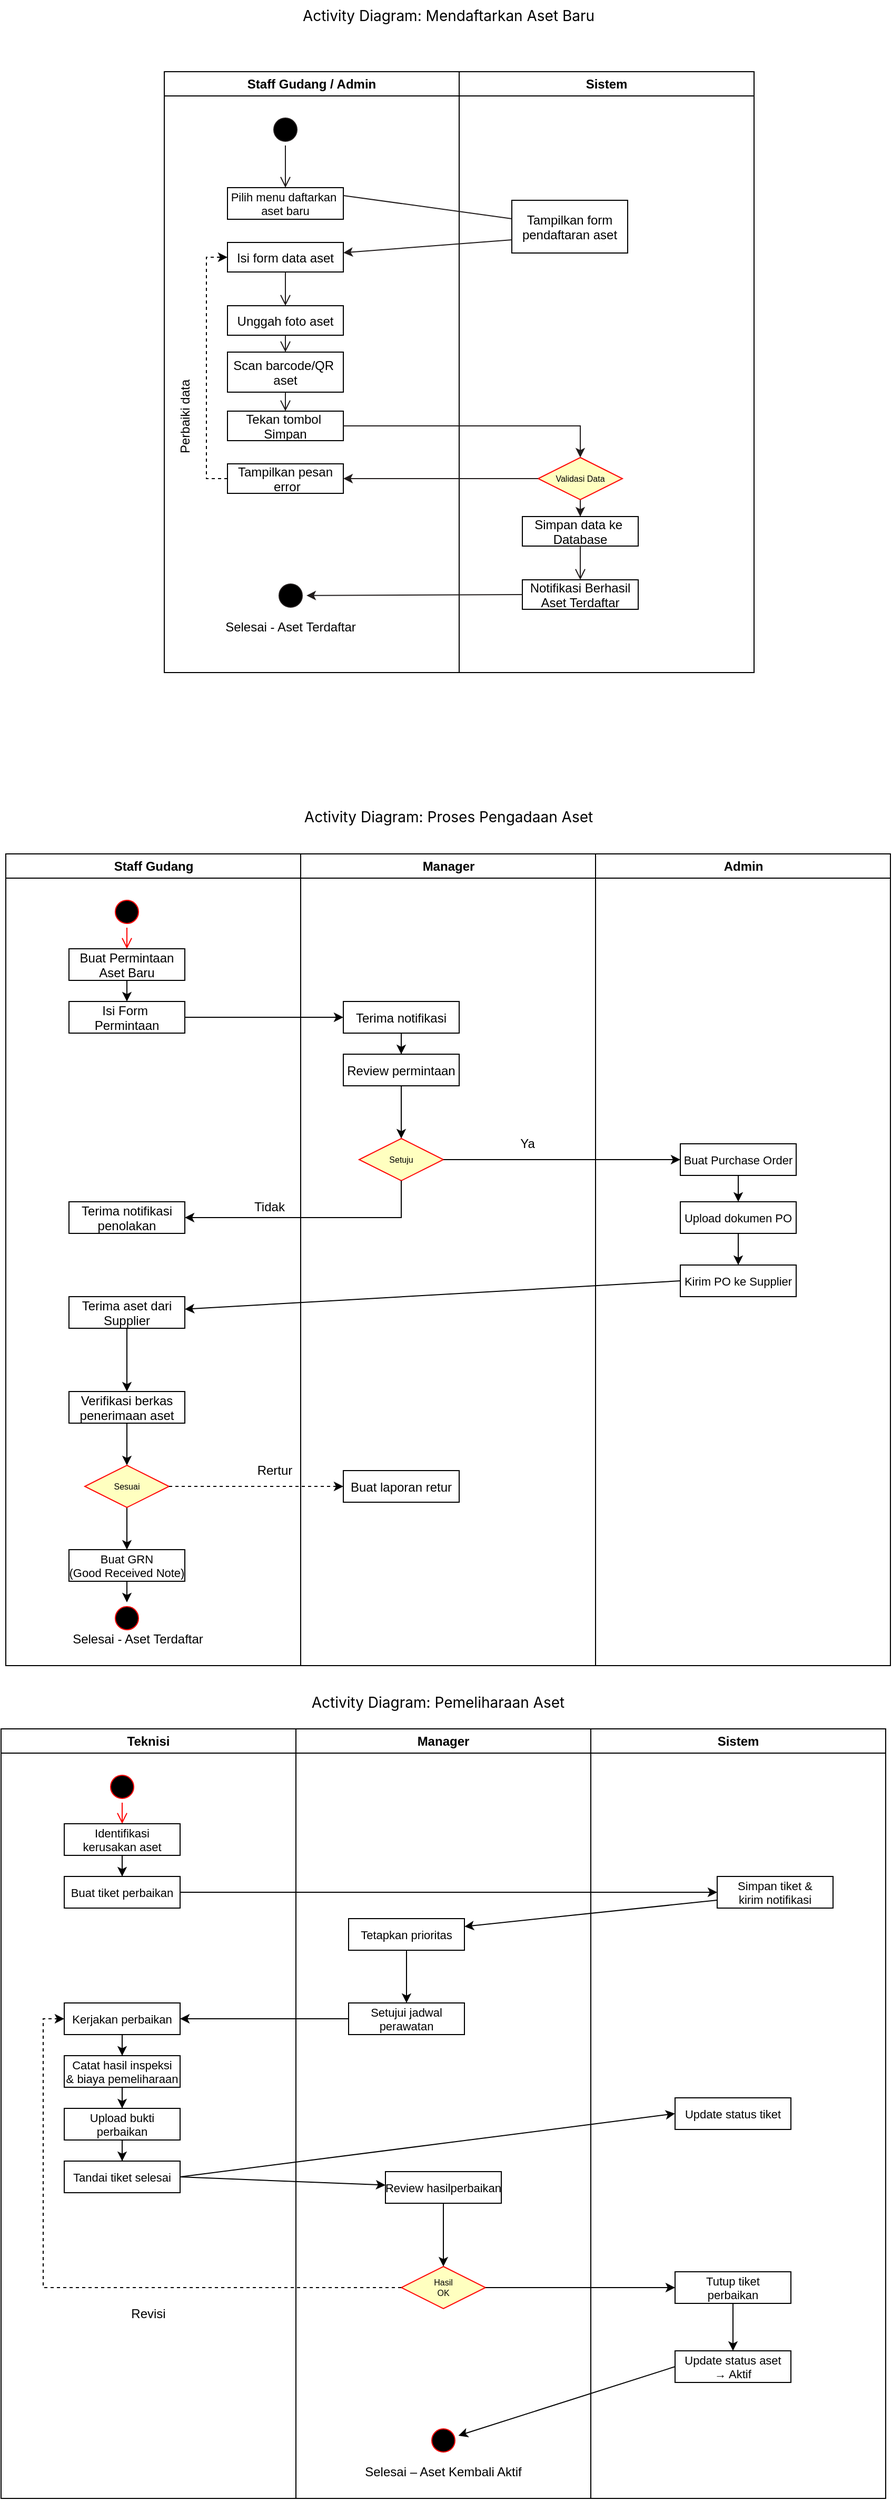
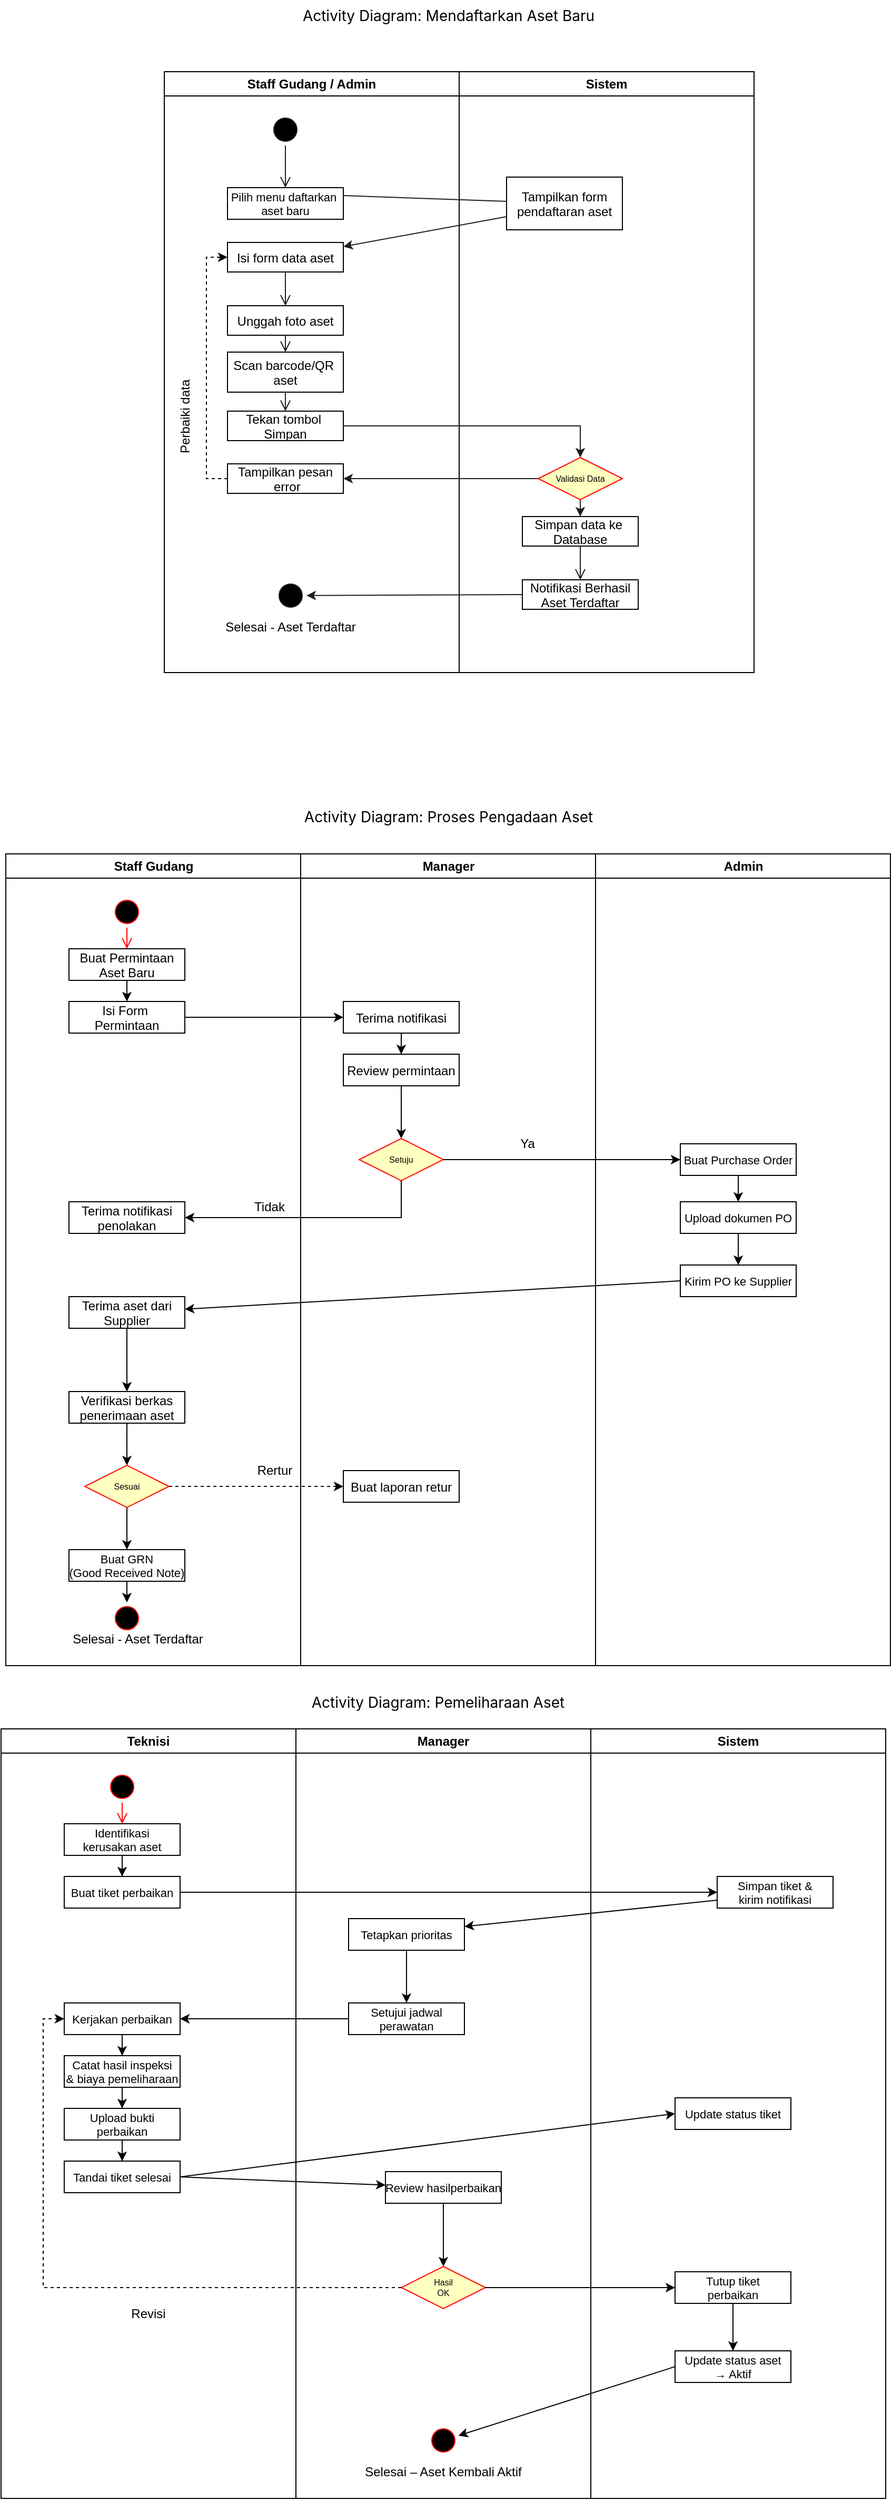
<mxfile host="app.diagrams.net" agent="5.0 (Windows NT 10.0; Win64; x64) AppleWebKit/537.36 (KHTML, like Gecko) Chrome/90.0.4430.212 Safari/537.36">
  <diagram name="Page-1" id="e7e014a7-5840-1c2e-5031-d8a46d1fe8dd">
-     <mxGraphModel dx="1717" dy="878" grid="1" gridSize="10" guides="1" tooltips="1" connect="1" arrows="1" fold="1" page="1" pageScale="1" pageWidth="1169" pageHeight="826" background="none" math="0" shadow="0">
+     <mxGraphModel dx="2060" dy="1158" grid="1" gridSize="10" guides="1" tooltips="1" connect="1" arrows="1" fold="1" page="1" pageScale="1" pageWidth="1169" pageHeight="826" background="none" math="0" shadow="0">
      <root>
        <mxCell id="0" />
        <mxCell id="1" parent="0" />
        <mxCell id="2" parent="1" style="swimlane;whiteSpace=wrap" value="Staff Gudang / Admin" vertex="1">
          <mxGeometry height="570" width="280" x="305" y="128" as="geometry" />
        </mxCell>
        <mxCell id="5" parent="2" style="ellipse;shape=startState;fillColor=#000000;strokeColor=light-dark(#211c1c, #ff9090);" value="" vertex="1">
          <mxGeometry height="30" width="30" x="100" y="40" as="geometry" />
        </mxCell>
        <mxCell id="6" edge="1" parent="2" source="5" style="edgeStyle=elbowEdgeStyle;elbow=horizontal;verticalAlign=bottom;endArrow=open;endSize=8;strokeColor=light-dark(#211c1c, #ff9090);endFill=1;rounded=0" target="7" value="">
          <mxGeometry x="100" y="40" as="geometry">
            <mxPoint x="115" y="110" as="targetPoint" />
          </mxGeometry>
        </mxCell>
        <mxCell id="7" parent="2" style="horizontal=1;verticalAlign=middle;align=center;fontSize=11;" value="Pilih menu daftarkan &#xa;aset baru" vertex="1">
          <mxGeometry height="30" width="110" x="60" y="110" as="geometry" />
        </mxCell>
        <mxCell id="8" parent="2" style="" value="Isi form data aset" vertex="1">
          <mxGeometry height="28" width="110" x="60" y="162" as="geometry" />
        </mxCell>
        <mxCell id="W9nTfnAygNMfpXnH6lNf-115" parent="2" style="" value="Unggah foto aset" vertex="1">
          <mxGeometry height="28" width="110" x="60" y="222" as="geometry" />
        </mxCell>
        <mxCell id="W9nTfnAygNMfpXnH6lNf-116" parent="2" style="" value="Scan barcode/QR &#xa;aset" vertex="1">
          <mxGeometry height="38" width="110" x="60" y="266" as="geometry" />
        </mxCell>
        <mxCell id="W9nTfnAygNMfpXnH6lNf-117" parent="2" style="" value="Tekan tombol &#xa;Simpan" vertex="1">
          <mxGeometry height="28" width="110" x="60" y="322" as="geometry" />
        </mxCell>
        <mxCell id="W9nTfnAygNMfpXnH6lNf-123" edge="1" parent="2" source="W9nTfnAygNMfpXnH6lNf-118" style="edgeStyle=orthogonalEdgeStyle;rounded=0;orthogonalLoop=1;jettySize=auto;html=1;exitX=0;exitY=0.5;exitDx=0;exitDy=0;entryX=0;entryY=0.5;entryDx=0;entryDy=0;dashed=1;" target="8">
          <mxGeometry relative="1" as="geometry" />
        </mxCell>
        <mxCell id="W9nTfnAygNMfpXnH6lNf-118" parent="2" style="" value="Tampilkan pesan&#xa; error" vertex="1">
          <mxGeometry height="28" width="110" x="60" y="372" as="geometry" />
        </mxCell>
        <mxCell id="W9nTfnAygNMfpXnH6lNf-120" edge="1" parent="2" source="8" style="edgeStyle=elbowEdgeStyle;elbow=horizontal;verticalAlign=bottom;endArrow=open;endSize=8;strokeColor=light-dark(#211c1c, #ff9090);endFill=1;rounded=0" target="W9nTfnAygNMfpXnH6lNf-115" value="">
          <mxGeometry x="-205" y="-88" as="geometry">
            <mxPoint x="105" y="202" as="sourcePoint" />
            <mxPoint x="105" y="242" as="targetPoint" />
          </mxGeometry>
        </mxCell>
        <mxCell id="W9nTfnAygNMfpXnH6lNf-121" edge="1" parent="2" source="W9nTfnAygNMfpXnH6lNf-115" style="edgeStyle=elbowEdgeStyle;elbow=horizontal;verticalAlign=bottom;endArrow=open;endSize=8;strokeColor=light-dark(#211c1c, #ff9090);endFill=1;rounded=0" target="W9nTfnAygNMfpXnH6lNf-116" value="">
          <mxGeometry x="-205" y="-88" as="geometry">
            <mxPoint x="105" y="282" as="sourcePoint" />
            <mxPoint x="105" y="322" as="targetPoint" />
          </mxGeometry>
        </mxCell>
        <mxCell id="W9nTfnAygNMfpXnH6lNf-122" edge="1" parent="2" source="W9nTfnAygNMfpXnH6lNf-116" style="edgeStyle=elbowEdgeStyle;elbow=horizontal;verticalAlign=bottom;endArrow=open;endSize=8;strokeColor=light-dark(#211c1c, #ff9090);endFill=1;rounded=0" target="W9nTfnAygNMfpXnH6lNf-117" value="">
          <mxGeometry x="-205" y="-88" as="geometry">
            <mxPoint x="115" y="362" as="sourcePoint" />
            <mxPoint x="115" y="402" as="targetPoint" />
          </mxGeometry>
        </mxCell>
        <mxCell id="W9nTfnAygNMfpXnH6lNf-124" parent="2" style="text;html=1;whiteSpace=wrap;strokeColor=none;fillColor=none;align=center;verticalAlign=middle;rounded=0;rotation=-90;" value="Perbaiki data" vertex="1">
          <mxGeometry height="30" width="80" x="-20" y="312" as="geometry" />
        </mxCell>
        <mxCell id="9Q5l5OGWiLyKz3t_2PM7-10" parent="2" style="ellipse;shape=startState;fillColor=#000000;strokeColor=light-dark(#211c1c, #ff9090);" value="" vertex="1">
          <mxGeometry height="30" width="30" x="105" y="482" as="geometry" />
        </mxCell>
        <mxCell id="9Q5l5OGWiLyKz3t_2PM7-11" parent="2" style="text;html=1;whiteSpace=wrap;strokeColor=none;fillColor=none;align=center;verticalAlign=middle;rounded=0;" value="Selesai - Aset Terdaftar" vertex="1">
          <mxGeometry height="30" width="140" x="50" y="512" as="geometry" />
        </mxCell>
        <mxCell id="3" parent="1" style="swimlane;whiteSpace=wrap" value="Sistem" vertex="1">
          <mxGeometry height="570" width="280" x="585" y="128" as="geometry" />
        </mxCell>
        <mxCell id="W9nTfnAygNMfpXnH6lNf-125" parent="3" style="" value="Tampilkan form&#xa;pendaftaran aset" vertex="1">
-           <mxGeometry height="50" width="110" x="50" y="122" as="geometry" />
+           <mxGeometry height="50" width="110" x="45" y="100" as="geometry" />
        </mxCell>
        <mxCell id="9Q5l5OGWiLyKz3t_2PM7-17" edge="1" parent="3" source="9Q5l5OGWiLyKz3t_2PM7-8" style="edgeStyle=orthogonalEdgeStyle;rounded=0;orthogonalLoop=1;jettySize=auto;html=1;exitX=0.5;exitY=1;exitDx=0;exitDy=0;fillColor=#ffe6cc;strokeColor=light-dark(#211c1c, #ff9090);" target="9Q5l5OGWiLyKz3t_2PM7-9">
          <mxGeometry relative="1" as="geometry" />
        </mxCell>
        <mxCell id="9Q5l5OGWiLyKz3t_2PM7-8" parent="3" style="rhombus;fillColor=#ffffc0;strokeColor=#ff0000;fontSize=8;" value="Validasi Data" vertex="1">
          <mxGeometry height="40" width="80" x="75" y="366" as="geometry" />
        </mxCell>
        <mxCell id="9Q5l5OGWiLyKz3t_2PM7-9" parent="3" style="" value="Simpan data ke &#xa;Database" vertex="1">
          <mxGeometry height="28" width="110" x="60" y="422" as="geometry" />
        </mxCell>
        <mxCell id="9Q5l5OGWiLyKz3t_2PM7-12" parent="3" style="" value="Notifikasi Berhasil&#xa;Aset Terdaftar" vertex="1">
          <mxGeometry height="28" width="110" x="60" y="482" as="geometry" />
        </mxCell>
        <mxCell id="9Q5l5OGWiLyKz3t_2PM7-14" edge="1" parent="3" source="9Q5l5OGWiLyKz3t_2PM7-9" style="edgeStyle=elbowEdgeStyle;elbow=horizontal;verticalAlign=bottom;endArrow=open;endSize=8;strokeColor=light-dark(#211c1c, #ff9090);endFill=1;rounded=0" target="9Q5l5OGWiLyKz3t_2PM7-12" value="">
          <mxGeometry x="-790" y="-216" as="geometry">
            <mxPoint x="115" y="442" as="sourcePoint" />
            <mxPoint x="115" y="460" as="targetPoint" />
          </mxGeometry>
        </mxCell>
        <mxCell id="W9nTfnAygNMfpXnH6lNf-41" parent="1" style="text;html=1;whiteSpace=wrap;strokeColor=none;fillColor=none;align=center;verticalAlign=middle;rounded=0;" value="&lt;span style=&quot;font-family: &amp;quot;Anthropic Sans&amp;quot;, -apple-system, BlinkMacSystemFont, &amp;quot;Segoe UI&amp;quot;, sans-serif; font-size: 14px; text-align: start; white-space: nowrap;&quot;&gt;Activity Diagram: Mendaftarkan Aset Baru&lt;/span&gt;" vertex="1">
          <mxGeometry height="30" width="300" x="424.5" y="60" as="geometry" />
        </mxCell>
        <mxCell id="W9nTfnAygNMfpXnH6lNf-42" parent="1" style="swimlane;whiteSpace=wrap" value="Staff Gudang" vertex="1">
          <mxGeometry height="770" width="280" x="154.5" y="870" as="geometry" />
        </mxCell>
        <mxCell id="W9nTfnAygNMfpXnH6lNf-43" parent="W9nTfnAygNMfpXnH6lNf-42" style="ellipse;shape=startState;fillColor=#000000;strokeColor=#ff0000;" value="" vertex="1">
          <mxGeometry height="30" width="30" x="100" y="40" as="geometry" />
        </mxCell>
        <mxCell id="W9nTfnAygNMfpXnH6lNf-44" edge="1" parent="W9nTfnAygNMfpXnH6lNf-42" source="W9nTfnAygNMfpXnH6lNf-43" style="edgeStyle=elbowEdgeStyle;elbow=horizontal;verticalAlign=bottom;endArrow=open;endSize=8;strokeColor=#FF0000;endFill=1;rounded=0" target="W9nTfnAygNMfpXnH6lNf-45" value="">
          <mxGeometry x="100" y="40" as="geometry">
            <mxPoint x="115" y="110" as="targetPoint" />
          </mxGeometry>
        </mxCell>
        <mxCell id="9Q5l5OGWiLyKz3t_2PM7-34" edge="1" parent="W9nTfnAygNMfpXnH6lNf-42" source="W9nTfnAygNMfpXnH6lNf-45" style="edgeStyle=orthogonalEdgeStyle;rounded=0;orthogonalLoop=1;jettySize=auto;html=1;exitX=0.5;exitY=1;exitDx=0;exitDy=0;entryX=0.5;entryY=0;entryDx=0;entryDy=0;" target="9Q5l5OGWiLyKz3t_2PM7-20">
          <mxGeometry relative="1" as="geometry" />
        </mxCell>
        <mxCell id="W9nTfnAygNMfpXnH6lNf-45" parent="W9nTfnAygNMfpXnH6lNf-42" style="" value="Buat Permintaan&#xa;Aset Baru" vertex="1">
          <mxGeometry height="30" width="110" x="60" y="90" as="geometry" />
        </mxCell>
        <mxCell id="9Q5l5OGWiLyKz3t_2PM7-20" parent="W9nTfnAygNMfpXnH6lNf-42" style="" value="Isi Form &#xa;Permintaan" vertex="1">
          <mxGeometry height="30" width="110" x="60" y="140" as="geometry" />
        </mxCell>
        <mxCell id="9Q5l5OGWiLyKz3t_2PM7-27" parent="W9nTfnAygNMfpXnH6lNf-42" style="" value="Terima notifikasi&#xa;penolakan" vertex="1">
          <mxGeometry height="30" width="110" x="60" y="330" as="geometry" />
        </mxCell>
        <mxCell id="9Q5l5OGWiLyKz3t_2PM7-45" edge="1" parent="W9nTfnAygNMfpXnH6lNf-42" source="9Q5l5OGWiLyKz3t_2PM7-28" style="edgeStyle=orthogonalEdgeStyle;rounded=0;orthogonalLoop=1;jettySize=auto;html=1;" target="9Q5l5OGWiLyKz3t_2PM7-30">
          <mxGeometry relative="1" as="geometry" />
        </mxCell>
        <mxCell id="9Q5l5OGWiLyKz3t_2PM7-28" parent="W9nTfnAygNMfpXnH6lNf-42" style="" value="Terima aset dari&#xa;Supplier" vertex="1">
          <mxGeometry height="30" width="110" x="60" y="420" as="geometry" />
        </mxCell>
        <mxCell id="9Q5l5OGWiLyKz3t_2PM7-46" edge="1" parent="W9nTfnAygNMfpXnH6lNf-42" source="9Q5l5OGWiLyKz3t_2PM7-30" style="edgeStyle=orthogonalEdgeStyle;rounded=0;orthogonalLoop=1;jettySize=auto;html=1;exitX=0.5;exitY=1;exitDx=0;exitDy=0;" target="9Q5l5OGWiLyKz3t_2PM7-31">
          <mxGeometry relative="1" as="geometry" />
        </mxCell>
        <mxCell id="9Q5l5OGWiLyKz3t_2PM7-30" parent="W9nTfnAygNMfpXnH6lNf-42" style="" value="Verifikasi berkas&#xa;penerimaan aset" vertex="1">
          <mxGeometry height="30" width="110" x="60" y="510" as="geometry" />
        </mxCell>
        <mxCell id="9Q5l5OGWiLyKz3t_2PM7-48" edge="1" parent="W9nTfnAygNMfpXnH6lNf-42" source="9Q5l5OGWiLyKz3t_2PM7-31" style="edgeStyle=orthogonalEdgeStyle;rounded=0;orthogonalLoop=1;jettySize=auto;html=1;exitX=0.5;exitY=1;exitDx=0;exitDy=0;" target="9Q5l5OGWiLyKz3t_2PM7-32">
          <mxGeometry relative="1" as="geometry" />
        </mxCell>
        <mxCell id="9Q5l5OGWiLyKz3t_2PM7-31" parent="W9nTfnAygNMfpXnH6lNf-42" style="rhombus;fillColor=#ffffc0;strokeColor=#ff0000;fontSize=8;" value="Sesuai" vertex="1">
          <mxGeometry height="40" width="80" x="75" y="580" as="geometry" />
        </mxCell>
        <mxCell id="9Q5l5OGWiLyKz3t_2PM7-55" edge="1" parent="W9nTfnAygNMfpXnH6lNf-42" source="9Q5l5OGWiLyKz3t_2PM7-32" style="edgeStyle=orthogonalEdgeStyle;rounded=0;orthogonalLoop=1;jettySize=auto;html=1;exitX=0.5;exitY=1;exitDx=0;exitDy=0;entryX=0.5;entryY=0;entryDx=0;entryDy=0;" target="9Q5l5OGWiLyKz3t_2PM7-53">
          <mxGeometry relative="1" as="geometry" />
        </mxCell>
        <mxCell id="9Q5l5OGWiLyKz3t_2PM7-32" parent="W9nTfnAygNMfpXnH6lNf-42" style="fontSize=11;" value="Buat GRN&#xa;(Good Received Note)" vertex="1">
          <mxGeometry height="30" width="110" x="60" y="660" as="geometry" />
        </mxCell>
        <mxCell id="9Q5l5OGWiLyKz3t_2PM7-43" parent="W9nTfnAygNMfpXnH6lNf-42" style="text;html=1;whiteSpace=wrap;strokeColor=none;fillColor=none;align=center;verticalAlign=middle;rounded=0;" value="Tidak" vertex="1">
          <mxGeometry height="30" width="60" x="220" y="320" as="geometry" />
        </mxCell>
        <mxCell id="9Q5l5OGWiLyKz3t_2PM7-53" parent="W9nTfnAygNMfpXnH6lNf-42" style="ellipse;shape=startState;fillColor=#000000;strokeColor=#ff0000;" value="" vertex="1">
          <mxGeometry height="30" width="30" x="100" y="710" as="geometry" />
        </mxCell>
        <mxCell id="9Q5l5OGWiLyKz3t_2PM7-54" parent="W9nTfnAygNMfpXnH6lNf-42" style="text;html=1;whiteSpace=wrap;strokeColor=none;fillColor=none;align=center;verticalAlign=middle;rounded=0;" value="Selesai - Aset Terdaftar" vertex="1">
          <mxGeometry height="30" width="140" x="55.5" y="730" as="geometry" />
        </mxCell>
        <mxCell id="W9nTfnAygNMfpXnH6lNf-51" parent="1" style="swimlane;whiteSpace=wrap" value="Manager" vertex="1">
          <mxGeometry height="770" width="280" x="434.5" y="870" as="geometry" />
        </mxCell>
        <mxCell id="9Q5l5OGWiLyKz3t_2PM7-36" edge="1" parent="W9nTfnAygNMfpXnH6lNf-51" source="9Q5l5OGWiLyKz3t_2PM7-21" style="edgeStyle=orthogonalEdgeStyle;rounded=0;orthogonalLoop=1;jettySize=auto;html=1;exitX=0.5;exitY=1;exitDx=0;exitDy=0;" target="9Q5l5OGWiLyKz3t_2PM7-22">
          <mxGeometry relative="1" as="geometry" />
        </mxCell>
        <mxCell id="9Q5l5OGWiLyKz3t_2PM7-21" parent="W9nTfnAygNMfpXnH6lNf-51" style="" value="Terima notifikasi" vertex="1">
          <mxGeometry height="30" width="110" x="40.5" y="140" as="geometry" />
        </mxCell>
        <mxCell id="9Q5l5OGWiLyKz3t_2PM7-37" edge="1" parent="W9nTfnAygNMfpXnH6lNf-51" source="9Q5l5OGWiLyKz3t_2PM7-22" style="edgeStyle=orthogonalEdgeStyle;rounded=0;orthogonalLoop=1;jettySize=auto;html=1;exitX=0.5;exitY=1;exitDx=0;exitDy=0;" target="9Q5l5OGWiLyKz3t_2PM7-23">
          <mxGeometry relative="1" as="geometry" />
        </mxCell>
        <mxCell id="9Q5l5OGWiLyKz3t_2PM7-22" parent="W9nTfnAygNMfpXnH6lNf-51" style="" value="Review permintaan" vertex="1">
          <mxGeometry height="30" width="110" x="40.5" y="190" as="geometry" />
        </mxCell>
        <mxCell id="9Q5l5OGWiLyKz3t_2PM7-23" parent="W9nTfnAygNMfpXnH6lNf-51" style="rhombus;fillColor=#ffffc0;strokeColor=#ff0000;fontSize=8;" value="Setuju" vertex="1">
          <mxGeometry height="40" width="80" x="55.5" y="270" as="geometry" />
        </mxCell>
        <mxCell id="9Q5l5OGWiLyKz3t_2PM7-33" parent="W9nTfnAygNMfpXnH6lNf-51" style="" value="Buat laporan retur" vertex="1">
          <mxGeometry height="30" width="110" x="40.5" y="585" as="geometry" />
        </mxCell>
        <mxCell id="9Q5l5OGWiLyKz3t_2PM7-42" parent="W9nTfnAygNMfpXnH6lNf-51" style="text;html=1;whiteSpace=wrap;strokeColor=none;fillColor=none;align=center;verticalAlign=middle;rounded=0;" value="Ya" vertex="1">
          <mxGeometry height="30" width="60" x="185.5" y="260" as="geometry" />
        </mxCell>
        <mxCell id="W9nTfnAygNMfpXnH6lNf-70" parent="1" style="swimlane;whiteSpace=wrap;startSize=23;" value="Admin" vertex="1">
          <mxGeometry height="770" width="280" x="714.5" y="870" as="geometry" />
        </mxCell>
        <mxCell id="9Q5l5OGWiLyKz3t_2PM7-39" edge="1" parent="W9nTfnAygNMfpXnH6lNf-70" source="9Q5l5OGWiLyKz3t_2PM7-24" style="edgeStyle=orthogonalEdgeStyle;rounded=0;orthogonalLoop=1;jettySize=auto;html=1;exitX=0.5;exitY=1;exitDx=0;exitDy=0;" target="9Q5l5OGWiLyKz3t_2PM7-25">
          <mxGeometry relative="1" as="geometry" />
        </mxCell>
        <mxCell id="9Q5l5OGWiLyKz3t_2PM7-24" parent="W9nTfnAygNMfpXnH6lNf-70" style="fontSize=11;" value="Buat Purchase Order" vertex="1">
          <mxGeometry height="30" width="110" x="80.5" y="275" as="geometry" />
        </mxCell>
        <mxCell id="9Q5l5OGWiLyKz3t_2PM7-40" edge="1" parent="W9nTfnAygNMfpXnH6lNf-70" source="9Q5l5OGWiLyKz3t_2PM7-25" style="edgeStyle=orthogonalEdgeStyle;rounded=0;orthogonalLoop=1;jettySize=auto;html=1;exitX=0.5;exitY=1;exitDx=0;exitDy=0;" target="9Q5l5OGWiLyKz3t_2PM7-26">
          <mxGeometry relative="1" as="geometry" />
        </mxCell>
        <mxCell id="9Q5l5OGWiLyKz3t_2PM7-25" parent="W9nTfnAygNMfpXnH6lNf-70" style="fontSize=11;" value="Upload dokumen PO" vertex="1">
          <mxGeometry height="30" width="110" x="80.5" y="330" as="geometry" />
        </mxCell>
        <mxCell id="9Q5l5OGWiLyKz3t_2PM7-26" parent="W9nTfnAygNMfpXnH6lNf-70" style="fontSize=11;" value="Kirim PO ke Supplier" vertex="1">
          <mxGeometry height="30" width="110" x="80.5" y="390" as="geometry" />
        </mxCell>
        <mxCell id="W9nTfnAygNMfpXnH6lNf-77" parent="1" style="text;html=1;whiteSpace=wrap;strokeColor=none;fillColor=none;align=center;verticalAlign=middle;rounded=0;" value="&lt;div style=&quot;text-align: start;&quot;&gt;&lt;span style=&quot;background-color: transparent; font-size: 14px; text-wrap-mode: nowrap;&quot;&gt;&lt;font face=&quot;Anthropic Sans, -apple-system, BlinkMacSystemFont, Segoe UI, sans-serif&quot;&gt;Activity Diagram: Proses Pengadaan Aset&lt;/font&gt;&lt;/span&gt;&lt;/div&gt;" vertex="1">
          <mxGeometry height="30" width="300" x="424.5" y="820" as="geometry" />
        </mxCell>
        <mxCell id="W9nTfnAygNMfpXnH6lNf-78" parent="1" style="swimlane;whiteSpace=wrap" value="Teknisi" vertex="1">
          <mxGeometry height="730" width="280" x="150" y="1700" as="geometry" />
        </mxCell>
        <mxCell id="W9nTfnAygNMfpXnH6lNf-79" parent="W9nTfnAygNMfpXnH6lNf-78" style="ellipse;shape=startState;fillColor=#000000;strokeColor=#ff0000;" value="" vertex="1">
          <mxGeometry height="30" width="30" x="100" y="40" as="geometry" />
        </mxCell>
        <mxCell id="W9nTfnAygNMfpXnH6lNf-80" edge="1" parent="W9nTfnAygNMfpXnH6lNf-78" source="9Q5l5OGWiLyKz3t_2PM7-56" style="edgeStyle=elbowEdgeStyle;elbow=horizontal;verticalAlign=bottom;endArrow=open;endSize=8;strokeColor=#FF0000;endFill=1;rounded=0" value="">
          <mxGeometry x="100" y="40" as="geometry">
            <mxPoint x="115.76923076923072" y="110" as="targetPoint" />
          </mxGeometry>
        </mxCell>
        <mxCell id="9Q5l5OGWiLyKz3t_2PM7-70" edge="1" parent="W9nTfnAygNMfpXnH6lNf-78" source="9Q5l5OGWiLyKz3t_2PM7-56" style="edgeStyle=orthogonalEdgeStyle;rounded=0;orthogonalLoop=1;jettySize=auto;html=1;exitX=0.5;exitY=1;exitDx=0;exitDy=0;" target="9Q5l5OGWiLyKz3t_2PM7-57">
          <mxGeometry relative="1" as="geometry" />
        </mxCell>
        <mxCell id="9Q5l5OGWiLyKz3t_2PM7-57" parent="W9nTfnAygNMfpXnH6lNf-78" style="fontSize=11;" value="Buat tiket perbaikan" vertex="1">
          <mxGeometry height="30" width="110" x="60" y="140" as="geometry" />
        </mxCell>
        <mxCell id="9Q5l5OGWiLyKz3t_2PM7-73" edge="1" parent="W9nTfnAygNMfpXnH6lNf-78" source="9Q5l5OGWiLyKz3t_2PM7-59" style="edgeStyle=orthogonalEdgeStyle;rounded=0;orthogonalLoop=1;jettySize=auto;html=1;exitX=0.5;exitY=1;exitDx=0;exitDy=0;" target="9Q5l5OGWiLyKz3t_2PM7-60">
          <mxGeometry relative="1" as="geometry" />
        </mxCell>
        <mxCell id="9Q5l5OGWiLyKz3t_2PM7-59" parent="W9nTfnAygNMfpXnH6lNf-78" style="fontSize=11;" value="Kerjakan perbaikan" vertex="1">
          <mxGeometry height="30" width="110" x="60" y="260" as="geometry" />
        </mxCell>
        <mxCell id="9Q5l5OGWiLyKz3t_2PM7-74" edge="1" parent="W9nTfnAygNMfpXnH6lNf-78" source="9Q5l5OGWiLyKz3t_2PM7-60" style="edgeStyle=orthogonalEdgeStyle;rounded=0;orthogonalLoop=1;jettySize=auto;html=1;exitX=0.5;exitY=1;exitDx=0;exitDy=0;" target="9Q5l5OGWiLyKz3t_2PM7-61">
          <mxGeometry relative="1" as="geometry" />
        </mxCell>
        <mxCell id="9Q5l5OGWiLyKz3t_2PM7-60" parent="W9nTfnAygNMfpXnH6lNf-78" style="fontSize=11;" value="Catat hasil inspeksi&#xa;&amp; biaya pemeliharaan" vertex="1">
          <mxGeometry height="30" width="110" x="60" y="310" as="geometry" />
        </mxCell>
        <mxCell id="9Q5l5OGWiLyKz3t_2PM7-61" parent="W9nTfnAygNMfpXnH6lNf-78" style="fontSize=11;" value="Upload bukti&#xa;perbaikan" vertex="1">
          <mxGeometry height="30" width="110" x="60" y="360" as="geometry" />
        </mxCell>
        <mxCell id="9Q5l5OGWiLyKz3t_2PM7-92" edge="1" parent="W9nTfnAygNMfpXnH6lNf-78" source="W9nTfnAygNMfpXnH6lNf-79" style="edgeStyle=elbowEdgeStyle;elbow=horizontal;verticalAlign=bottom;endArrow=open;endSize=8;strokeColor=#FF0000;endFill=1;rounded=0" target="9Q5l5OGWiLyKz3t_2PM7-56" value="">
          <mxGeometry x="100" y="40" as="geometry">
            <mxPoint x="265" y="1770" as="sourcePoint" />
            <mxPoint x="265.7692307692307" y="1810" as="targetPoint" />
          </mxGeometry>
        </mxCell>
        <mxCell id="9Q5l5OGWiLyKz3t_2PM7-56" parent="W9nTfnAygNMfpXnH6lNf-78" style="fontSize=11;" value="Identifikasi&#xa;kerusakan aset" vertex="1">
          <mxGeometry height="30" width="110" x="60" y="90" as="geometry" />
        </mxCell>
        <mxCell id="9Q5l5OGWiLyKz3t_2PM7-97" parent="W9nTfnAygNMfpXnH6lNf-78" style="text;html=1;whiteSpace=wrap;strokeColor=none;fillColor=none;align=center;verticalAlign=middle;rounded=0;" value="Revisi" vertex="1">
          <mxGeometry height="30" width="160" x="60" y="540" as="geometry" />
        </mxCell>
        <mxCell id="W9nTfnAygNMfpXnH6lNf-87" parent="1" style="swimlane;whiteSpace=wrap" value="Manager" vertex="1">
          <mxGeometry height="730" width="280" x="430" y="1700" as="geometry" />
        </mxCell>
        <mxCell id="9Q5l5OGWiLyKz3t_2PM7-65" parent="W9nTfnAygNMfpXnH6lNf-87" style="rhombus;fillColor=#ffffc0;strokeColor=#ff0000;fontSize=8;" value="Hasil&#xa;OK" vertex="1">
          <mxGeometry height="40" width="80" x="100" y="510" as="geometry" />
        </mxCell>
        <mxCell id="9Q5l5OGWiLyKz3t_2PM7-78" edge="1" parent="W9nTfnAygNMfpXnH6lNf-87" source="9Q5l5OGWiLyKz3t_2PM7-64" style="edgeStyle=orthogonalEdgeStyle;rounded=0;orthogonalLoop=1;jettySize=auto;html=1;exitX=0.5;exitY=1;exitDx=0;exitDy=0;" target="9Q5l5OGWiLyKz3t_2PM7-65">
          <mxGeometry relative="1" as="geometry" />
        </mxCell>
        <mxCell id="9Q5l5OGWiLyKz3t_2PM7-64" parent="W9nTfnAygNMfpXnH6lNf-87" style="fontSize=11;" value="Review hasilperbaikan" vertex="1">
          <mxGeometry height="30" width="110" x="85" y="420" as="geometry" />
        </mxCell>
        <mxCell id="9Q5l5OGWiLyKz3t_2PM7-69" parent="W9nTfnAygNMfpXnH6lNf-87" style="ellipse;shape=startState;fillColor=#000000;strokeColor=#ff0000;" value="" vertex="1">
          <mxGeometry height="30" width="30" x="125" y="660" as="geometry" />
        </mxCell>
        <mxCell id="9Q5l5OGWiLyKz3t_2PM7-86" parent="W9nTfnAygNMfpXnH6lNf-87" style="fontSize=11;" value="Setujui jadwal&#xa;perawatan" vertex="1">
          <mxGeometry height="30" width="110" x="50" y="260" as="geometry" />
        </mxCell>
        <mxCell id="9Q5l5OGWiLyKz3t_2PM7-94" edge="1" parent="W9nTfnAygNMfpXnH6lNf-87" source="9Q5l5OGWiLyKz3t_2PM7-58" style="edgeStyle=orthogonalEdgeStyle;rounded=0;orthogonalLoop=1;jettySize=auto;html=1;exitX=0.5;exitY=1;exitDx=0;exitDy=0;" target="9Q5l5OGWiLyKz3t_2PM7-86">
          <mxGeometry relative="1" as="geometry" />
        </mxCell>
        <mxCell id="9Q5l5OGWiLyKz3t_2PM7-58" parent="W9nTfnAygNMfpXnH6lNf-87" style="fontSize=11;" value="Tetapkan prioritas" vertex="1">
          <mxGeometry height="30" width="110" x="50" y="180" as="geometry" />
        </mxCell>
        <mxCell id="9Q5l5OGWiLyKz3t_2PM7-96" parent="W9nTfnAygNMfpXnH6lNf-87" style="text;html=1;whiteSpace=wrap;strokeColor=none;fillColor=none;align=center;verticalAlign=middle;rounded=0;" value="Selesai – Aset Kembali Aktif" vertex="1">
          <mxGeometry height="30" width="160" x="60" y="690" as="geometry" />
        </mxCell>
        <mxCell id="W9nTfnAygNMfpXnH6lNf-106" parent="1" style="swimlane;whiteSpace=wrap" value="Sistem" vertex="1">
          <mxGeometry height="730" width="280" x="710" y="1700" as="geometry" />
        </mxCell>
        <mxCell id="9Q5l5OGWiLyKz3t_2PM7-66" parent="W9nTfnAygNMfpXnH6lNf-106" style="fontSize=11;" value="Update status tiket" vertex="1">
          <mxGeometry height="30" width="110" x="80" y="350" as="geometry" />
        </mxCell>
        <mxCell id="9Q5l5OGWiLyKz3t_2PM7-82" edge="1" parent="W9nTfnAygNMfpXnH6lNf-106" source="9Q5l5OGWiLyKz3t_2PM7-67" style="edgeStyle=orthogonalEdgeStyle;rounded=0;orthogonalLoop=1;jettySize=auto;html=1;exitX=0.5;exitY=1;exitDx=0;exitDy=0;entryX=0.5;entryY=0;entryDx=0;entryDy=0;" target="9Q5l5OGWiLyKz3t_2PM7-68">
          <mxGeometry relative="1" as="geometry" />
        </mxCell>
        <mxCell id="9Q5l5OGWiLyKz3t_2PM7-67" parent="W9nTfnAygNMfpXnH6lNf-106" style="fontSize=11;" value="Tutup tiket&#xa;perbaikan" vertex="1">
          <mxGeometry height="30" width="110" x="80" y="515" as="geometry" />
        </mxCell>
        <mxCell id="9Q5l5OGWiLyKz3t_2PM7-68" parent="W9nTfnAygNMfpXnH6lNf-106" style="fontSize=11;" value="Update status aset&#xa;→ Aktif" vertex="1">
          <mxGeometry height="30" width="110" x="80" y="590" as="geometry" />
        </mxCell>
        <mxCell id="9Q5l5OGWiLyKz3t_2PM7-89" parent="W9nTfnAygNMfpXnH6lNf-106" style="fontSize=11;" value="Simpan tiket &amp;&#xa;kirim notifikasi" vertex="1">
          <mxGeometry height="30" width="110" x="120" y="140" as="geometry" />
        </mxCell>
        <mxCell id="W9nTfnAygNMfpXnH6lNf-113" parent="1" style="text;html=1;whiteSpace=wrap;strokeColor=none;fillColor=none;align=center;verticalAlign=middle;rounded=0;" value="&lt;div style=&quot;text-align: start;&quot;&gt;&lt;span style=&quot;background-color: transparent; font-size: 14px; text-wrap-mode: nowrap;&quot;&gt;&lt;font face=&quot;Anthropic Sans, -apple-system, BlinkMacSystemFont, Segoe UI, sans-serif&quot;&gt;Activity Diagram: Pemeliharaan Aset&lt;/font&gt;&lt;/span&gt;&lt;/div&gt;" vertex="1">
          <mxGeometry height="30" width="300" x="414.5" y="1660" as="geometry" />
        </mxCell>
        <mxCell id="W9nTfnAygNMfpXnH6lNf-128" edge="1" parent="1" source="7" style="rounded=0;orthogonalLoop=1;jettySize=auto;html=1;exitX=1;exitY=0.25;exitDx=0;exitDy=0;endArrow=none;endFill=0;fillColor=#ffe6cc;strokeColor=light-dark(#211c1c, #ff9090);" target="W9nTfnAygNMfpXnH6lNf-125">
          <mxGeometry relative="1" as="geometry" />
        </mxCell>
        <mxCell id="W9nTfnAygNMfpXnH6lNf-129" edge="1" parent="1" source="W9nTfnAygNMfpXnH6lNf-125" style="rounded=0;orthogonalLoop=1;jettySize=auto;html=1;exitX=0;exitY=0.75;exitDx=0;exitDy=0;fillColor=#ffe6cc;strokeColor=light-dark(#211c1c, #ff9090);" target="8">
          <mxGeometry relative="1" as="geometry" />
        </mxCell>
        <mxCell id="9Q5l5OGWiLyKz3t_2PM7-16" edge="1" parent="1" source="9Q5l5OGWiLyKz3t_2PM7-12" style="rounded=0;orthogonalLoop=1;jettySize=auto;html=1;exitX=0;exitY=0.5;exitDx=0;exitDy=0;fillColor=#ffe6cc;strokeColor=light-dark(#211c1c, #ff9090);" target="9Q5l5OGWiLyKz3t_2PM7-10">
          <mxGeometry relative="1" as="geometry" />
        </mxCell>
        <mxCell id="9Q5l5OGWiLyKz3t_2PM7-18" edge="1" parent="1" source="9Q5l5OGWiLyKz3t_2PM7-8" style="edgeStyle=orthogonalEdgeStyle;rounded=0;orthogonalLoop=1;jettySize=auto;html=1;exitX=0;exitY=0.5;exitDx=0;exitDy=0;fillColor=#ffe6cc;strokeColor=light-dark(#211c1c, #ff9090);" target="W9nTfnAygNMfpXnH6lNf-118">
          <mxGeometry relative="1" as="geometry" />
        </mxCell>
        <mxCell id="9Q5l5OGWiLyKz3t_2PM7-19" edge="1" parent="1" source="W9nTfnAygNMfpXnH6lNf-117" style="edgeStyle=orthogonalEdgeStyle;rounded=0;orthogonalLoop=1;jettySize=auto;html=1;exitX=1;exitY=0.5;exitDx=0;exitDy=0;entryX=0.5;entryY=0;entryDx=0;entryDy=0;fillColor=#ffe6cc;strokeColor=light-dark(#211c1c, #ff9090);" target="9Q5l5OGWiLyKz3t_2PM7-8">
          <mxGeometry relative="1" as="geometry" />
        </mxCell>
        <mxCell id="9Q5l5OGWiLyKz3t_2PM7-35" edge="1" parent="1" source="9Q5l5OGWiLyKz3t_2PM7-20" style="edgeStyle=orthogonalEdgeStyle;rounded=0;orthogonalLoop=1;jettySize=auto;html=1;exitX=1;exitY=0.5;exitDx=0;exitDy=0;" target="9Q5l5OGWiLyKz3t_2PM7-21">
          <mxGeometry relative="1" as="geometry" />
        </mxCell>
        <mxCell id="9Q5l5OGWiLyKz3t_2PM7-38" edge="1" parent="1" source="9Q5l5OGWiLyKz3t_2PM7-23" style="edgeStyle=orthogonalEdgeStyle;rounded=0;orthogonalLoop=1;jettySize=auto;html=1;exitX=1;exitY=0.5;exitDx=0;exitDy=0;" target="9Q5l5OGWiLyKz3t_2PM7-24">
          <mxGeometry relative="1" as="geometry" />
        </mxCell>
        <mxCell id="9Q5l5OGWiLyKz3t_2PM7-41" edge="1" parent="1" source="9Q5l5OGWiLyKz3t_2PM7-23" style="edgeStyle=orthogonalEdgeStyle;rounded=0;orthogonalLoop=1;jettySize=auto;html=1;exitX=0.5;exitY=1;exitDx=0;exitDy=0;entryX=1;entryY=0.5;entryDx=0;entryDy=0;" target="9Q5l5OGWiLyKz3t_2PM7-27">
          <mxGeometry relative="1" as="geometry" />
        </mxCell>
        <mxCell id="9Q5l5OGWiLyKz3t_2PM7-44" edge="1" parent="1" source="9Q5l5OGWiLyKz3t_2PM7-26" style="rounded=0;orthogonalLoop=1;jettySize=auto;html=1;exitX=0;exitY=0.5;exitDx=0;exitDy=0;" target="9Q5l5OGWiLyKz3t_2PM7-28">
          <mxGeometry relative="1" as="geometry" />
        </mxCell>
        <mxCell id="9Q5l5OGWiLyKz3t_2PM7-49" edge="1" parent="1" source="9Q5l5OGWiLyKz3t_2PM7-31" style="edgeStyle=orthogonalEdgeStyle;rounded=0;orthogonalLoop=1;jettySize=auto;html=1;exitX=1;exitY=0.5;exitDx=0;exitDy=0;dashed=1;" target="9Q5l5OGWiLyKz3t_2PM7-33">
          <mxGeometry relative="1" as="geometry" />
        </mxCell>
        <mxCell id="9Q5l5OGWiLyKz3t_2PM7-50" parent="1" style="text;html=1;whiteSpace=wrap;strokeColor=none;fillColor=none;align=center;verticalAlign=middle;rounded=0;" value="Rertur" vertex="1">
          <mxGeometry height="30" width="60" x="380" y="1440" as="geometry" />
        </mxCell>
        <mxCell id="9Q5l5OGWiLyKz3t_2PM7-76" edge="1" parent="1" source="9Q5l5OGWiLyKz3t_2PM7-62" style="rounded=0;orthogonalLoop=1;jettySize=auto;html=1;exitX=1;exitY=0.5;exitDx=0;exitDy=0;" target="9Q5l5OGWiLyKz3t_2PM7-64">
          <mxGeometry relative="1" as="geometry" />
        </mxCell>
        <mxCell id="9Q5l5OGWiLyKz3t_2PM7-77" edge="1" parent="1" source="9Q5l5OGWiLyKz3t_2PM7-62" style="rounded=0;orthogonalLoop=1;jettySize=auto;html=1;exitX=1;exitY=0.5;exitDx=0;exitDy=0;entryX=0;entryY=0.5;entryDx=0;entryDy=0;" target="9Q5l5OGWiLyKz3t_2PM7-66">
          <mxGeometry relative="1" as="geometry" />
        </mxCell>
        <mxCell id="9Q5l5OGWiLyKz3t_2PM7-62" parent="1" style="fontSize=11;" value="Tandai tiket selesai" vertex="1">
          <mxGeometry height="30" width="110" x="210" y="2110" as="geometry" />
        </mxCell>
        <mxCell id="9Q5l5OGWiLyKz3t_2PM7-75" edge="1" parent="1" source="9Q5l5OGWiLyKz3t_2PM7-61" style="edgeStyle=orthogonalEdgeStyle;rounded=0;orthogonalLoop=1;jettySize=auto;html=1;exitX=0.5;exitY=1;exitDx=0;exitDy=0;" target="9Q5l5OGWiLyKz3t_2PM7-62">
          <mxGeometry relative="1" as="geometry" />
        </mxCell>
        <mxCell id="9Q5l5OGWiLyKz3t_2PM7-81" edge="1" parent="1" source="9Q5l5OGWiLyKz3t_2PM7-65" style="edgeStyle=orthogonalEdgeStyle;rounded=0;orthogonalLoop=1;jettySize=auto;html=1;exitX=1;exitY=0.5;exitDx=0;exitDy=0;" target="9Q5l5OGWiLyKz3t_2PM7-67">
          <mxGeometry relative="1" as="geometry" />
        </mxCell>
        <mxCell id="9Q5l5OGWiLyKz3t_2PM7-84" edge="1" parent="1" source="9Q5l5OGWiLyKz3t_2PM7-68" style="rounded=0;orthogonalLoop=1;jettySize=auto;html=1;exitX=0;exitY=0.5;exitDx=0;exitDy=0;" target="9Q5l5OGWiLyKz3t_2PM7-69">
          <mxGeometry relative="1" as="geometry" />
        </mxCell>
        <mxCell id="9Q5l5OGWiLyKz3t_2PM7-85" edge="1" parent="1" source="9Q5l5OGWiLyKz3t_2PM7-65" style="edgeStyle=orthogonalEdgeStyle;rounded=0;orthogonalLoop=1;jettySize=auto;html=1;exitX=0;exitY=0.5;exitDx=0;exitDy=0;dashed=1;entryX=0;entryY=0.5;entryDx=0;entryDy=0;" target="9Q5l5OGWiLyKz3t_2PM7-59">
          <mxGeometry relative="1" as="geometry" />
        </mxCell>
        <mxCell id="9Q5l5OGWiLyKz3t_2PM7-91" edge="1" parent="1" source="9Q5l5OGWiLyKz3t_2PM7-89" style="rounded=0;orthogonalLoop=1;jettySize=auto;html=1;exitX=0;exitY=0.75;exitDx=0;exitDy=0;entryX=1;entryY=0.25;entryDx=0;entryDy=0;" target="9Q5l5OGWiLyKz3t_2PM7-58">
          <mxGeometry relative="1" as="geometry" />
        </mxCell>
        <mxCell id="9Q5l5OGWiLyKz3t_2PM7-90" edge="1" parent="1" source="9Q5l5OGWiLyKz3t_2PM7-57" style="rounded=0;orthogonalLoop=1;jettySize=auto;html=1;exitX=1;exitY=0.5;exitDx=0;exitDy=0;" target="9Q5l5OGWiLyKz3t_2PM7-89">
          <mxGeometry relative="1" as="geometry" />
        </mxCell>
        <mxCell id="9Q5l5OGWiLyKz3t_2PM7-95" edge="1" parent="1" source="9Q5l5OGWiLyKz3t_2PM7-86" style="edgeStyle=orthogonalEdgeStyle;rounded=0;orthogonalLoop=1;jettySize=auto;html=1;exitX=0;exitY=0.5;exitDx=0;exitDy=0;" target="9Q5l5OGWiLyKz3t_2PM7-59">
          <mxGeometry relative="1" as="geometry" />
        </mxCell>
      </root>
    </mxGraphModel>
  </diagram>
</mxfile>
